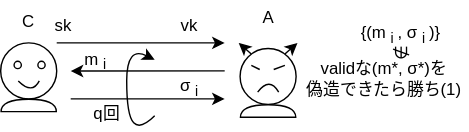
Earlier version of the draw.io export images/lec-sign-seuf-cma.drawio.svg (herumi/lecture-crypto). Source tidied: cells renumbered, new cells last; positions are measured from the earlier drawing's top-left corner, leaving out a move shared by most shapes.
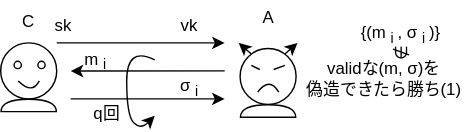
Above is the later version.

The edit, as a diff of the source:
```diff
@@ -107,7 +107,7 @@
     <mxCell id="25" value="σ&lt;sub&gt;i&lt;/sub&gt;" style="text;html=1;strokeColor=none;fillColor=none;align=center;verticalAlign=middle;whiteSpace=wrap;rounded=0;" parent="1" vertex="1">
       <mxGeometry x="120" y="50.1" width="30" height="24" as="geometry" />
     </mxCell>
-    <mxCell id="26" value="validな(m*, σ*)を&lt;div&gt;偽造できたら勝ち(1)&lt;/div&gt;" style="text;html=1;strokeColor=none;fillColor=none;align=center;verticalAlign=middle;whiteSpace=wrap;rounded=0;" parent="1" vertex="1">
+    <mxCell id="26" value="validな(m, σ)を&lt;div&gt;偽造できたら勝ち(1)&lt;/div&gt;" style="text;html=1;strokeColor=none;fillColor=none;align=center;verticalAlign=middle;whiteSpace=wrap;rounded=0;" parent="1" vertex="1">
       <mxGeometry x="214" y="43.6" width="120" height="24" as="geometry" />
     </mxCell>
     <mxCell id="27" value="&lt;font&gt;{(m&lt;sub&gt;i&lt;/sub&gt;, σ&lt;sub&gt;i&lt;/sub&gt;)}&lt;/font&gt;" style="text;html=1;strokeColor=none;fillColor=none;align=center;verticalAlign=middle;whiteSpace=wrap;rounded=0;" parent="1" vertex="1">
@@ -116,7 +116,7 @@
     <mxCell id="28" value="&lt;span class=&quot;box&quot;&gt;∉&lt;/span&gt;" style="text;html=1;strokeColor=none;fillColor=none;align=center;verticalAlign=middle;whiteSpace=wrap;rounded=0;rotation=-90;" parent="1" vertex="1">
       <mxGeometry x="271" y="25.6" width="30" height="24" as="geometry" />
     </mxCell>
-    <mxCell id="29" style="curved=1;endArrow=classic;html=1;" parent="1" edge="1">
+    <mxCell id="29" style="curved=1;endArrow=none;html=1;strokeColor=default;startArrow=classic;startFill=1;endFill=0;" parent="1" edge="1">
       <mxGeometry relative="1" as="geometry">
         <mxPoint x="110" y="82.1" as="sourcePoint" />
         <mxPoint x="110" y="42.1" as="targetPoint" />
```
